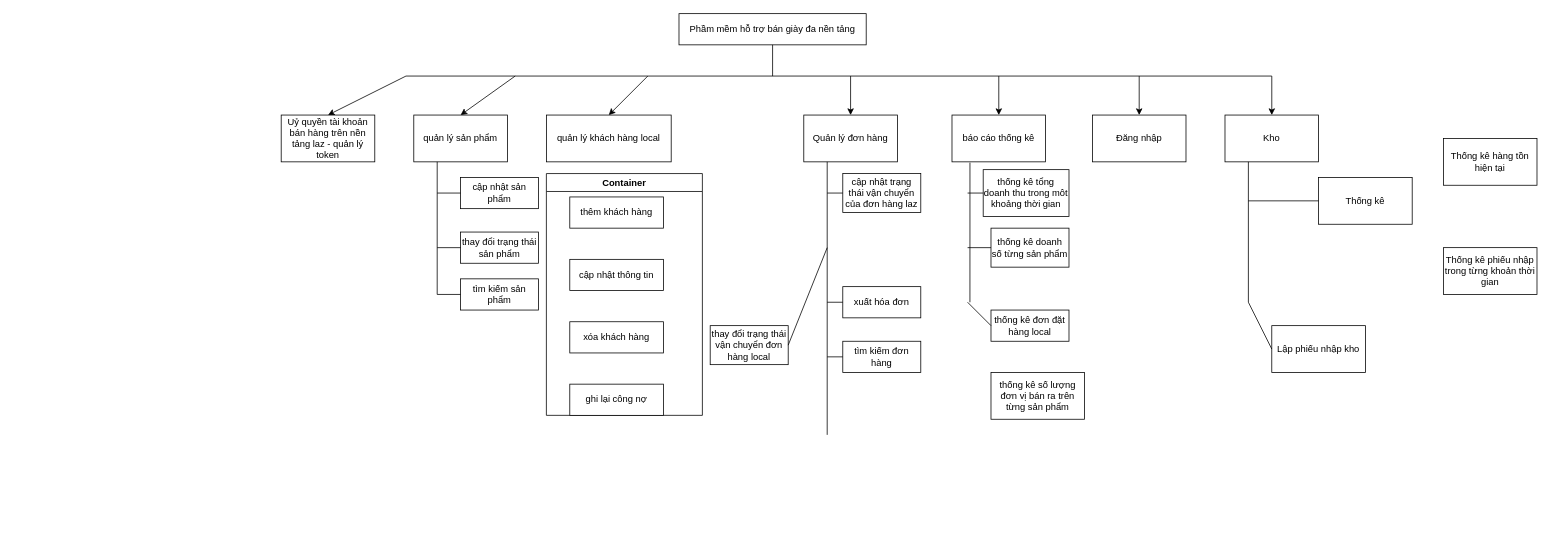
The draw.io diagram page "Page-1" (1 of 2) of bfd.drawio in xxminhmie/override-project-document, before the edit. Source tidied: cells renumbered, new cells numbered last; positions are measured from the earlier drawing's top-left corner, leaving out a move shared by most shapes. Both pictures are drawn from the tidied source at 78%, with x=0, y=0 at pixel (281, 13).
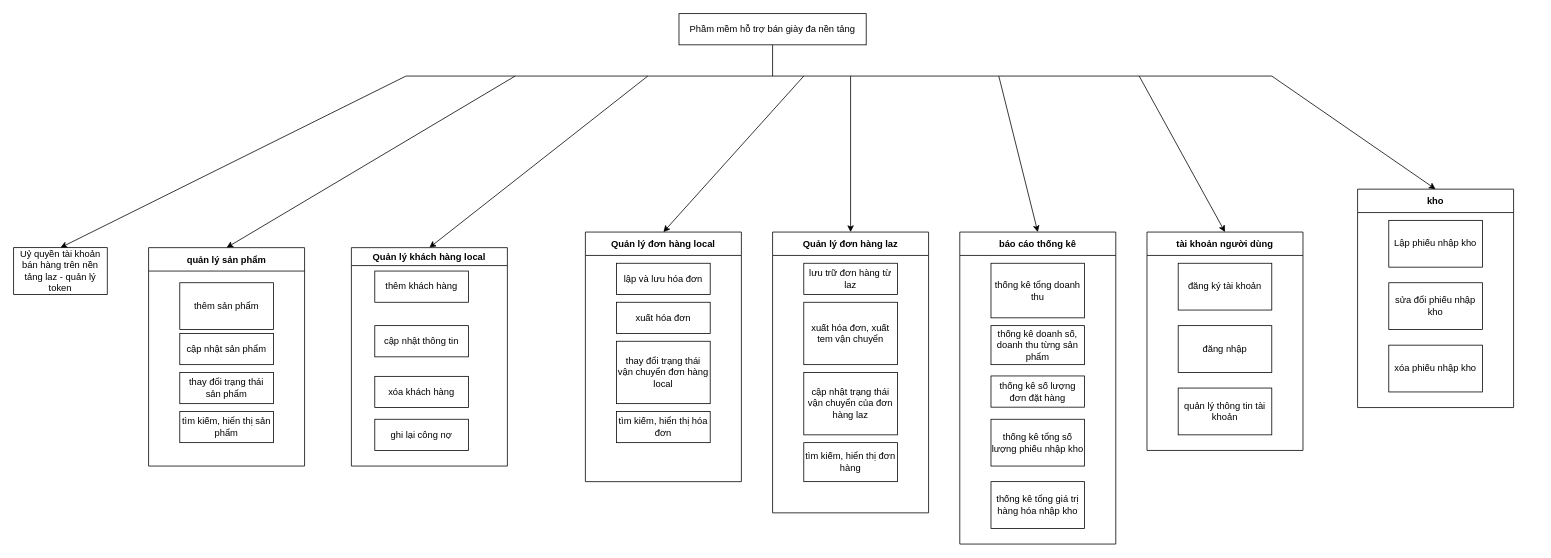
The same page after the edit.

Change to the diagram source:
```diff
@@
-    <mxCell id="4" value="quản lý sản phẩm" style="rounded=0;whiteSpace=wrap;html=1;" parent="1" vertex="1">
-      <mxGeometry x="170" y="130" width="120" height="60" as="geometry" />
-    </mxCell>
-    <mxCell id="5" value="quản lý khách hàng local" style="rounded=0;whiteSpace=wrap;html=1;" parent="1" vertex="1">
-      <mxGeometry x="340" y="130" width="160" height="60" as="geometry" />
-    </mxCell>
-    <mxCell id="6" value="Quản lý đơn hàng" style="rounded=0;whiteSpace=wrap;html=1;" parent="1" vertex="1">
-      <mxGeometry x="670" y="130" width="120" height="60" as="geometry" />
-    </mxCell>
-    <mxCell id="7" value="báo cáo thống kê" style="rounded=0;whiteSpace=wrap;html=1;" parent="1" vertex="1">
-      <mxGeometry x="860" y="130" width="120" height="60" as="geometry" />
-    </mxCell>
@@
-    <mxCell id="10" style="endArrow=classic;html=1;entryX=0.5;entryY=0;entryDx=0;entryDy=0;" parent="1" edge="1" target="5">
+    <mxCell id="10" style="endArrow=classic;html=1;entryX=0.5;entryY=0;entryDx=0;entryDy=0;" parent="1" edge="1" target="51">
       <mxGeometry relative="1" as="geometry">
         <mxPoint x="470" y="80" as="sourcePoint" />
       </mxGeometry>
     </mxCell>
-    <mxCell id="11" style="endArrow=classic;html=1;entryX=0.5;entryY=0;entryDx=0;entryDy=0;" parent="1" edge="1" target="6">
+    <mxCell id="11" style="endArrow=classic;html=1;entryX=0.5;entryY=0;entryDx=0;entryDy=0;" parent="1" edge="1" target="59">
       <mxGeometry relative="1" as="geometry">
         <mxPoint x="730" y="80" as="sourcePoint" />
       </mxGeometry>
     </mxCell>
@@
-    <mxCell id="14" value="cập nhật sản phẩm" style="rounded=0;whiteSpace=wrap;html=1;" parent="1" vertex="1">
-      <mxGeometry x="230" y="210" width="100" height="40" as="geometry" />
-    </mxCell>
-    <mxCell id="15" value="cập nhật trạng thái vận chuyển của đơn hàng laz" style="rounded=0;whiteSpace=wrap;html=1;" parent="1" vertex="1">
-      <mxGeometry x="720" y="205" width="100" height="50" as="geometry" />
-    </mxCell>
-    <mxCell id="16" value="thay đổi trạng thái vận chuyển đơn hàng local" style="rounded=0;whiteSpace=wrap;html=1;" parent="1" vertex="1">
-      <mxGeometry x="550" y="400" width="100" height="50" as="geometry" />
-    </mxCell>
-    <mxCell id="17" value="thống kê tổng doanh thu trong môt khoảng thời gian" style="rounded=0;whiteSpace=wrap;html=1;" parent="1" vertex="1">
-      <mxGeometry x="900" y="200" width="110" height="60" as="geometry" />
-    </mxCell>
-    <mxCell id="18" value="thống kê doanh số từng sản phẩm" style="rounded=0;whiteSpace=wrap;html=1;" parent="1" vertex="1">
-      <mxGeometry x="910" y="275" width="100" height="50" as="geometry" />
-    </mxCell>
-    <mxCell id="19" value="thống kê đơn đặt hàng local" style="rounded=0;whiteSpace=wrap;html=1;" parent="1" vertex="1">
-      <mxGeometry x="910" y="380" width="100" height="40" as="geometry" />
-    </mxCell>
-    <mxCell id="20" style="endArrow=none;html=1;exitX=0.25;exitY=1;exitDx=0;exitDy=0;" parent="1" edge="1" source="4">
-      <mxGeometry relative="1" as="geometry">
-        <mxPoint x="200" y="360" as="targetPoint" />
-      </mxGeometry>
-    </mxCell>
-    <mxCell id="21" style="endArrow=none;html=1;exitX=0.25;exitY=1;exitDx=0;exitDy=0;" parent="1" edge="1" source="6">
-      <mxGeometry relative="1" as="geometry">
-        <mxPoint x="700" y="540" as="targetPoint" />
-      </mxGeometry>
-    </mxCell>
-    <mxCell id="22" style="endArrow=none;html=1;entryX=0.192;entryY=1.017;entryDx=0;entryDy=0;entryPerimeter=0;" parent="1" edge="1" target="7">
-      <mxGeometry relative="1" as="geometry">
-        <mxPoint x="883" y="370" as="sourcePoint" />
-      </mxGeometry>
-    </mxCell>
-    <mxCell id="23" style="endArrow=none;html=1;exitX=0;exitY=0.5;exitDx=0;exitDy=0;" parent="1" edge="1" source="17">
-      <mxGeometry relative="1" as="geometry">
-        <mxPoint x="880" y="230" as="targetPoint" />
-      </mxGeometry>
-    </mxCell>
-    <mxCell id="24" style="endArrow=none;html=1;exitX=0;exitY=0.5;exitDx=0;exitDy=0;" parent="1" edge="1" source="19">
-      <mxGeometry relative="1" as="geometry">
-        <mxPoint x="880" y="370" as="targetPoint" />
-      </mxGeometry>
-    </mxCell>
-    <mxCell id="25" style="endArrow=none;html=1;exitX=0;exitY=0.5;exitDx=0;exitDy=0;" parent="1" edge="1" source="18">
-      <mxGeometry relative="1" as="geometry">
-        <mxPoint x="880" y="300" as="targetPoint" />
-      </mxGeometry>
-    </mxCell>
-    <mxCell id="26" style="endArrow=none;html=1;" parent="1" edge="1">
-      <mxGeometry relative="1" as="geometry">
-        <mxPoint x="200" y="230" as="sourcePoint" />
-        <mxPoint x="230" y="230" as="targetPoint" />
-      </mxGeometry>
-    </mxCell>
-    <mxCell id="27" style="endArrow=none;html=1;exitX=0;exitY=0.5;exitDx=0;exitDy=0;" parent="1" edge="1" source="15">
-      <mxGeometry relative="1" as="geometry">
-        <mxPoint x="700" y="230" as="targetPoint" />
-      </mxGeometry>
-    </mxCell>
-    <mxCell id="28" style="endArrow=none;html=1;exitX=1;exitY=0.5;exitDx=0;exitDy=0;" parent="1" edge="1" source="16">
-      <mxGeometry relative="1" as="geometry">
-        <mxPoint x="700" y="300" as="targetPoint" />
-      </mxGeometry>
-    </mxCell>
-    <mxCell id="29" value="xuất hóa đơn" style="rounded=0;whiteSpace=wrap;html=1;" parent="1" vertex="1">
-      <mxGeometry x="720" y="350" width="100" height="40" as="geometry" />
-    </mxCell>
-    <mxCell id="30" style="endArrow=none;html=1;exitX=0;exitY=0.5;exitDx=0;exitDy=0;" parent="1" edge="1" source="29">
-      <mxGeometry relative="1" as="geometry">
-        <mxPoint x="700" y="370" as="targetPoint" />
-      </mxGeometry>
-    </mxCell>
-    <mxCell id="31" value="thay đổi trạng thái sản phẩm" style="rounded=0;whiteSpace=wrap;html=1;" parent="1" vertex="1">
-      <mxGeometry x="230" y="280" width="100" height="40" as="geometry" />
-    </mxCell>
-    <mxCell id="32" style="endArrow=none;html=1;" parent="1" edge="1">
-      <mxGeometry relative="1" as="geometry">
-        <mxPoint x="200" y="300" as="sourcePoint" />
-        <mxPoint x="230" y="300" as="targetPoint" />
-      </mxGeometry>
-    </mxCell>
-    <mxCell id="33" style="endArrow=classic;html=1;entryX=0.5;entryY=0;entryDx=0;entryDy=0;" parent="1" edge="1" target="40">
+    <mxCell id="33" style="endArrow=classic;html=1;entryX=0.5;entryY=0;entryDx=0;entryDy=0;" parent="1" edge="1" target="69">
       <mxGeometry relative="1" as="geometry">
         <mxPoint x="1100" y="80" as="sourcePoint" />
       </mxGeometry>
     </mxCell>
-    <mxCell id="34" value="tìm kiếm đơn hàng" style="rounded=0;whiteSpace=wrap;html=1;" parent="1" vertex="1">
-      <mxGeometry x="720" y="420" width="100" height="40" as="geometry" />
-    </mxCell>
-    <mxCell id="35" style="endArrow=none;html=1;exitX=0;exitY=0.5;exitDx=0;exitDy=0;" parent="1" edge="1" source="34">
-      <mxGeometry relative="1" as="geometry">
-        <mxPoint x="700" y="440" as="targetPoint" />
-      </mxGeometry>
-    </mxCell>
-    <mxCell id="36" value="tìm kiếm sản phẩm" style="rounded=0;whiteSpace=wrap;html=1;" parent="1" vertex="1">
-      <mxGeometry x="230" y="340" width="100" height="40" as="geometry" />
-    </mxCell>
-    <mxCell id="37" style="endArrow=none;html=1;exitX=0;exitY=0.5;exitDx=0;exitDy=0;" parent="1" edge="1" source="36">
-      <mxGeometry relative="1" as="geometry">
-        <mxPoint x="200" y="360" as="targetPoint" />
-      </mxGeometry>
-    </mxCell>
@@
     <mxCell id="39" value="Uỷ quyền tài khoản bán hàng trên nền tảng laz - quản lý token" style="rounded=0;whiteSpace=wrap;html=1;" parent="1" vertex="1">
-      <mxGeometry y="130" width="120" height="60" as="geometry" />
+      <mxGeometry x="-343" y="300" width="120" height="60" as="geometry" />
     </mxCell>
-    <mxCell id="40" value="Đăng nhập" style="rounded=0;whiteSpace=wrap;html=1;" parent="1" vertex="1">
-      <mxGeometry x="1040" y="130" width="120" height="60" as="geometry" />
-    </mxCell>
-    <mxCell id="41" value="Kho" style="rounded=0;whiteSpace=wrap;html=1;" parent="1" vertex="1">
-      <mxGeometry x="1210" y="130" width="120" height="60" as="geometry" />
-    </mxCell>
-    <mxCell id="42" style="endArrow=classic;html=1;entryX=0.5;entryY=0;entryDx=0;entryDy=0;" parent="1" edge="1" target="41">
+    <mxCell id="42" style="endArrow=classic;html=1;entryX=0.5;entryY=0;entryDx=0;entryDy=0;" parent="1" edge="1" target="66">
       <mxGeometry relative="1" as="geometry">
         <mxPoint x="1270" y="80" as="sourcePoint" />
       </mxGeometry>
     </mxCell>
-    <mxCell id="43" value="Lập phiếu nhập kho" style="rounded=0;whiteSpace=wrap;html=1;" parent="1" vertex="1">
-      <mxGeometry x="1270" y="400" width="120" height="60" as="geometry" />
-    </mxCell>
-    <mxCell id="44" style="endArrow=none;html=1;entryX=0.25;entryY=1;entryDx=0;entryDy=0;" parent="1" edge="1" target="41">
-      <mxGeometry relative="1" as="geometry">
-        <mxPoint x="1240" y="370" as="sourcePoint" />
-      </mxGeometry>
-    </mxCell>
-    <mxCell id="45" style="endArrow=none;html=1;exitX=0;exitY=0.5;exitDx=0;exitDy=0;" parent="1" edge="1" source="43">
-      <mxGeometry relative="1" as="geometry">
-        <mxPoint x="1240" y="370" as="targetPoint" />
-      </mxGeometry>
-    </mxCell>
-    <mxCell id="46" value="Thống kê hàng tồn hiện tại" style="rounded=0;whiteSpace=wrap;html=1;" parent="1" vertex="1">
-      <mxGeometry x="1490" y="160" width="120" height="60" as="geometry" />
-    </mxCell>
-    <mxCell id="47" value="Thống kê" style="rounded=0;whiteSpace=wrap;html=1;" parent="1" vertex="1">
-      <mxGeometry x="1330" y="210" width="120" height="60" as="geometry" />
-    </mxCell>
-    <mxCell id="48" style="endArrow=none;html=1;exitX=0;exitY=0.5;exitDx=0;exitDy=0;" parent="1" edge="1" source="47">
-      <mxGeometry relative="1" as="geometry">
-        <mxPoint x="1240" y="240" as="targetPoint" />
-      </mxGeometry>
-    </mxCell>
-    <mxCell id="49" value="Thống kê phiếu nhập trong từng khoản thời gian" style="rounded=0;whiteSpace=wrap;html=1;" parent="1" vertex="1">
-      <mxGeometry x="1490" y="300" width="120" height="60" as="geometry" />
-    </mxCell>
-    <mxCell id="50" value="thống kê số lượng đơn vị bán ra trên từng sản phẩm" style="rounded=0;whiteSpace=wrap;html=1;" parent="1" vertex="1">
-      <mxGeometry x="910" y="460" width="120" height="60" as="geometry" />
-    </mxCell>
-    <mxCell id="51" value="Container" style="swimlane;strokeWidth=1;" parent="1" vertex="1">
-      <mxGeometry x="340" y="205" width="200" height="310" as="geometry" />
+    <mxCell id="51" value="Quản lý khách hàng local" style="swimlane;strokeWidth=1;" parent="1" vertex="1">
+      <mxGeometry x="90" y="300" width="200" height="280" as="geometry" />
     </mxCell>
     <mxCell id="52" value="cập nhật thông tin" style="rounded=0;whiteSpace=wrap;html=1;" parent="51" vertex="1">
-      <mxGeometry x="30" y="110" width="120" height="40" as="geometry" />
+      <mxGeometry x="30" y="100" width="120" height="40" as="geometry" />
     </mxCell>
@@
     <mxCell id="54" value="ghi lại công nợ" style="rounded=0;whiteSpace=wrap;html=1;strokeWidth=1;" parent="51" vertex="1">
-      <mxGeometry x="30" y="270" width="120" height="40" as="geometry" />
+      <mxGeometry x="30" y="220" width="120" height="40" as="geometry" />
     </mxCell>
     <mxCell id="55" value="xóa khách hàng" style="rounded=0;whiteSpace=wrap;html=1;strokeWidth=1;" parent="51" vertex="1">
-      <mxGeometry x="30" y="190" width="120" height="40" as="geometry" />
+      <mxGeometry x="30" y="165" width="120" height="40" as="geometry" />
     </mxCell>
+    <mxCell id="56" value="Quản lý đơn hàng local" style="swimlane;strokeWidth=1;startSize=30;" parent="1" vertex="1">
+      <mxGeometry x="390" y="280" width="200" height="320" as="geometry" />
+    </mxCell>
+    <mxCell id="16" value="thay đổi trạng thái vận chuyển đơn hàng local" style="rounded=0;whiteSpace=wrap;html=1;" parent="56" vertex="1">
+      <mxGeometry x="40" y="140" width="120" height="80" as="geometry" />
+    </mxCell>
+    <mxCell id="29" value="xuất hóa đơn" style="rounded=0;whiteSpace=wrap;html=1;" parent="56" vertex="1">
+      <mxGeometry x="40" y="90" width="120" height="40" as="geometry" />
+    </mxCell>
+    <mxCell id="57" value="lập và lưu hóa đơn" style="rounded=0;whiteSpace=wrap;html=1;strokeWidth=1;" parent="56" vertex="1">
+      <mxGeometry x="40" y="40" width="120" height="40" as="geometry" />
+    </mxCell>
+    <mxCell id="58" value="tìm kiếm, hiển thị hóa đơn" style="rounded=0;whiteSpace=wrap;html=1;strokeWidth=1;" parent="56" vertex="1">
+      <mxGeometry x="40" y="230" width="120" height="40" as="geometry" />
+    </mxCell>
+    <mxCell id="59" value="Quản lý đơn hàng laz" style="swimlane;strokeWidth=1;startSize=30;" parent="1" vertex="1">
+      <mxGeometry x="630" y="280" width="200" height="360" as="geometry" />
+    </mxCell>
+    <mxCell id="15" value="cập nhật trạng thái vận chuyển của đơn hàng laz" style="rounded=0;whiteSpace=wrap;html=1;" parent="59" vertex="1">
+      <mxGeometry x="40" y="180" width="120" height="80" as="geometry" />
+    </mxCell>
+    <mxCell id="34" value="tìm kiếm, hiển thị đơn hàng" style="rounded=0;whiteSpace=wrap;html=1;" parent="59" vertex="1">
+      <mxGeometry x="40" y="270" width="120" height="50" as="geometry" />
+    </mxCell>
+    <mxCell id="60" value="lưu trữ đơn hàng từ laz" style="rounded=0;whiteSpace=wrap;html=1;strokeWidth=1;" parent="59" vertex="1">
+      <mxGeometry x="40" y="40" width="120" height="40" as="geometry" />
+    </mxCell>
+    <mxCell id="61" value="xuất hóa đơn, xuất tem vận chuyển" style="rounded=0;whiteSpace=wrap;html=1;strokeWidth=1;" parent="59" vertex="1">
+      <mxGeometry x="40" y="90" width="120" height="80" as="geometry" />
+    </mxCell>
+    <mxCell id="4" value="quản lý sản phẩm" style="swimlane;strokeWidth=1;startSize=30;" parent="1" vertex="1">
+      <mxGeometry x="-170" y="300" width="200" height="280" as="geometry" />
+    </mxCell>
+    <mxCell id="36" value="tìm kiếm, hiển thị sản phẩm" style="rounded=0;whiteSpace=wrap;html=1;" parent="4" vertex="1">
+      <mxGeometry x="40" y="210" width="120" height="40" as="geometry" />
+    </mxCell>
+    <mxCell id="31" value="thay đổi trạng thái sản phẩm" style="rounded=0;whiteSpace=wrap;html=1;" parent="4" vertex="1">
+      <mxGeometry x="40" y="160" width="120" height="40" as="geometry" />
+    </mxCell>
+    <mxCell id="14" value="cập nhật sản phẩm" style="rounded=0;whiteSpace=wrap;html=1;" parent="4" vertex="1">
+      <mxGeometry x="40" y="110" width="120" height="40" as="geometry" />
+    </mxCell>
+    <mxCell id="62" value="thêm sản phẩm" style="rounded=0;whiteSpace=wrap;html=1;strokeWidth=1;" parent="4" vertex="1">
+      <mxGeometry x="40" y="45" width="120" height="60" as="geometry" />
+    </mxCell>
+    <mxCell id="7" value="báo cáo thống kê" style="swimlane;strokeWidth=1;startSize=30;" parent="1" vertex="1">
+      <mxGeometry x="870" y="280" width="200" height="400" as="geometry" />
+    </mxCell>
+    <mxCell id="17" value="thống kê tổng doanh thu" style="rounded=0;whiteSpace=wrap;html=1;" parent="7" vertex="1">
+      <mxGeometry x="40" y="40" width="120" height="70" as="geometry" />
+    </mxCell>
+    <mxCell id="18" value="thống kê doanh số, doanh thu từng sản phẩm" style="rounded=0;whiteSpace=wrap;html=1;" parent="7" vertex="1">
+      <mxGeometry x="40" y="120" width="120" height="50" as="geometry" />
+    </mxCell>
+    <mxCell id="19" value="thống kê số lượng đơn đặt hàng" style="rounded=0;whiteSpace=wrap;html=1;" parent="7" vertex="1">
+      <mxGeometry x="40" y="184.5" width="120" height="40" as="geometry" />
+    </mxCell>
+    <mxCell id="63" value="thống kê tổng số lượng phiếu nhập kho" style="rounded=0;whiteSpace=wrap;html=1;strokeWidth=1;" parent="7" vertex="1">
+      <mxGeometry x="40" y="240" width="120" height="60" as="geometry" />
+    </mxCell>
+    <mxCell id="64" value="thống kê tổng giá trị hàng hóa nhập kho" style="rounded=0;whiteSpace=wrap;html=1;strokeWidth=1;" parent="7" vertex="1">
+      <mxGeometry x="40" y="320" width="120" height="60" as="geometry" />
+    </mxCell>
+    <mxCell id="65" style="endArrow=classic;html=1;entryX=0.5;entryY=0;entryDx=0;entryDy=0;" parent="1" edge="1" target="56">
+      <mxGeometry relative="1" as="geometry">
+        <mxPoint x="670" y="80" as="sourcePoint" />
+      </mxGeometry>
+    </mxCell>
+    <mxCell id="66" value="kho" style="swimlane;strokeWidth=1;startSize=30;" parent="1" vertex="1">
+      <mxGeometry x="1380" y="225" width="200" height="280" as="geometry" />
+    </mxCell>
+    <mxCell id="43" value="Lập phiếu nhập kho" style="rounded=0;whiteSpace=wrap;html=1;" parent="66" vertex="1">
+      <mxGeometry x="40" y="40" width="120" height="60" as="geometry" />
+    </mxCell>
+    <mxCell id="67" value="sửa đổi phiếu nhập kho" style="rounded=0;whiteSpace=wrap;html=1;strokeWidth=1;" parent="66" vertex="1">
+      <mxGeometry x="40" y="120" width="120" height="60" as="geometry" />
+    </mxCell>
+    <mxCell id="68" value="xóa phiếu nhập kho" style="rounded=0;whiteSpace=wrap;html=1;strokeWidth=1;" parent="66" vertex="1">
+      <mxGeometry x="40" y="200" width="120" height="60" as="geometry" />
+    </mxCell>
+    <mxCell id="69" value="tài khoản người dùng" style="swimlane;strokeWidth=1;startSize=30;" parent="1" vertex="1">
+      <mxGeometry x="1110" y="280" width="200" height="280" as="geometry" />
+    </mxCell>
+    <mxCell id="70" value="đăng ký tài khoản" style="rounded=0;whiteSpace=wrap;html=1;strokeWidth=1;" parent="69" vertex="1">
+      <mxGeometry x="40" y="40" width="120" height="60" as="geometry" />
+    </mxCell>
+    <mxCell id="71" value="đăng nhập" style="rounded=0;whiteSpace=wrap;html=1;strokeWidth=1;" parent="69" vertex="1">
+      <mxGeometry x="40" y="120" width="120" height="60" as="geometry" />
+    </mxCell>
+    <mxCell id="72" value="quản lý thông tin tài khoản" style="rounded=0;whiteSpace=wrap;html=1;strokeWidth=1;" parent="69" vertex="1">
+      <mxGeometry x="40" y="200" width="120" height="60" as="geometry" />
+    </mxCell>
```
